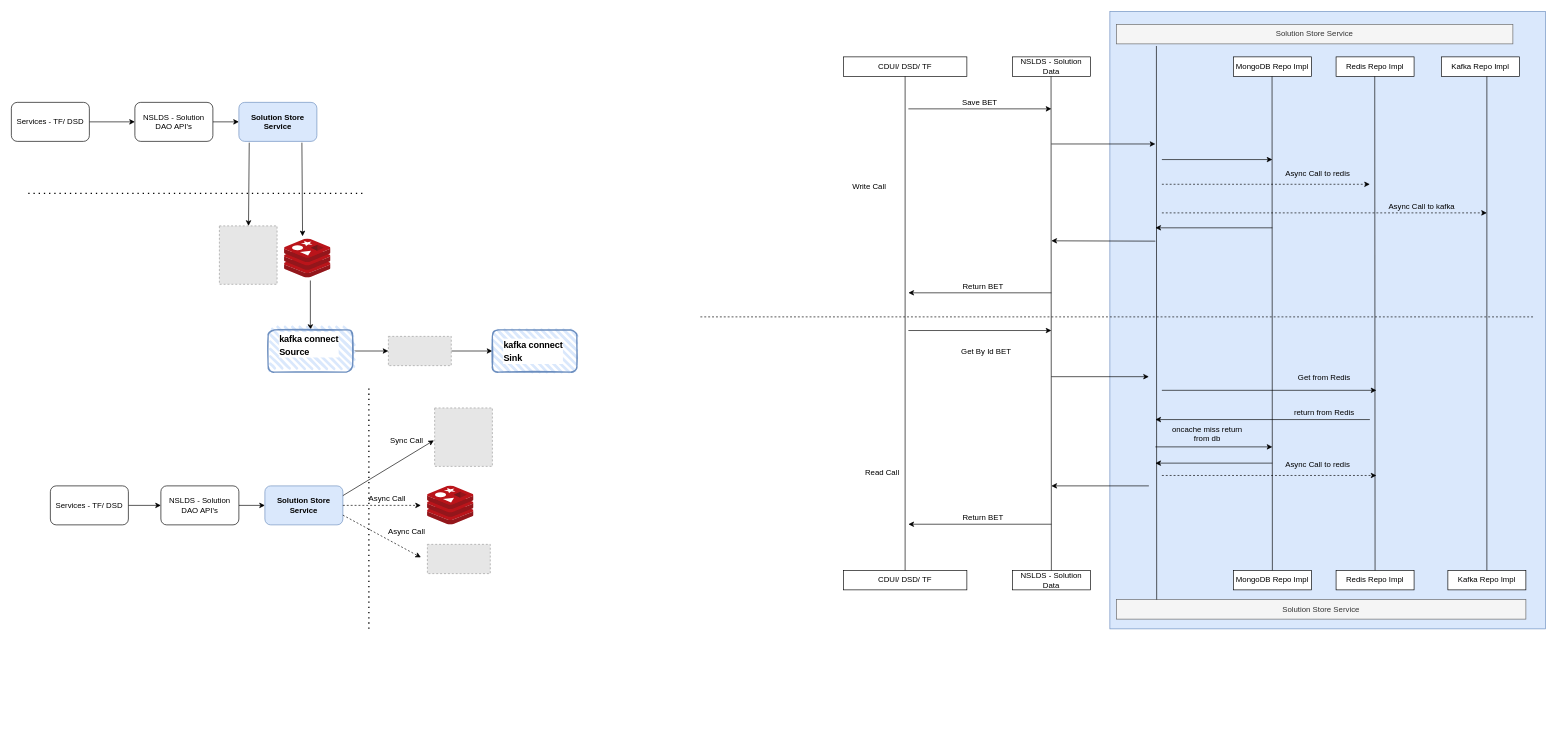
This is polyglot-bet.drawio from bharathbv44/java, a draw.io file, before an edit. Source tidied: cells renumbered, new cells numbered last; positions are measured from the earlier drawing's top-left corner, leaving out a move shared by most shapes. Both pictures are drawn from the tidied source at 65%, with x=0, y=0 at pixel (11, 11). Pictures stored in the file or linked from it are replaced by grey dashed boxes.
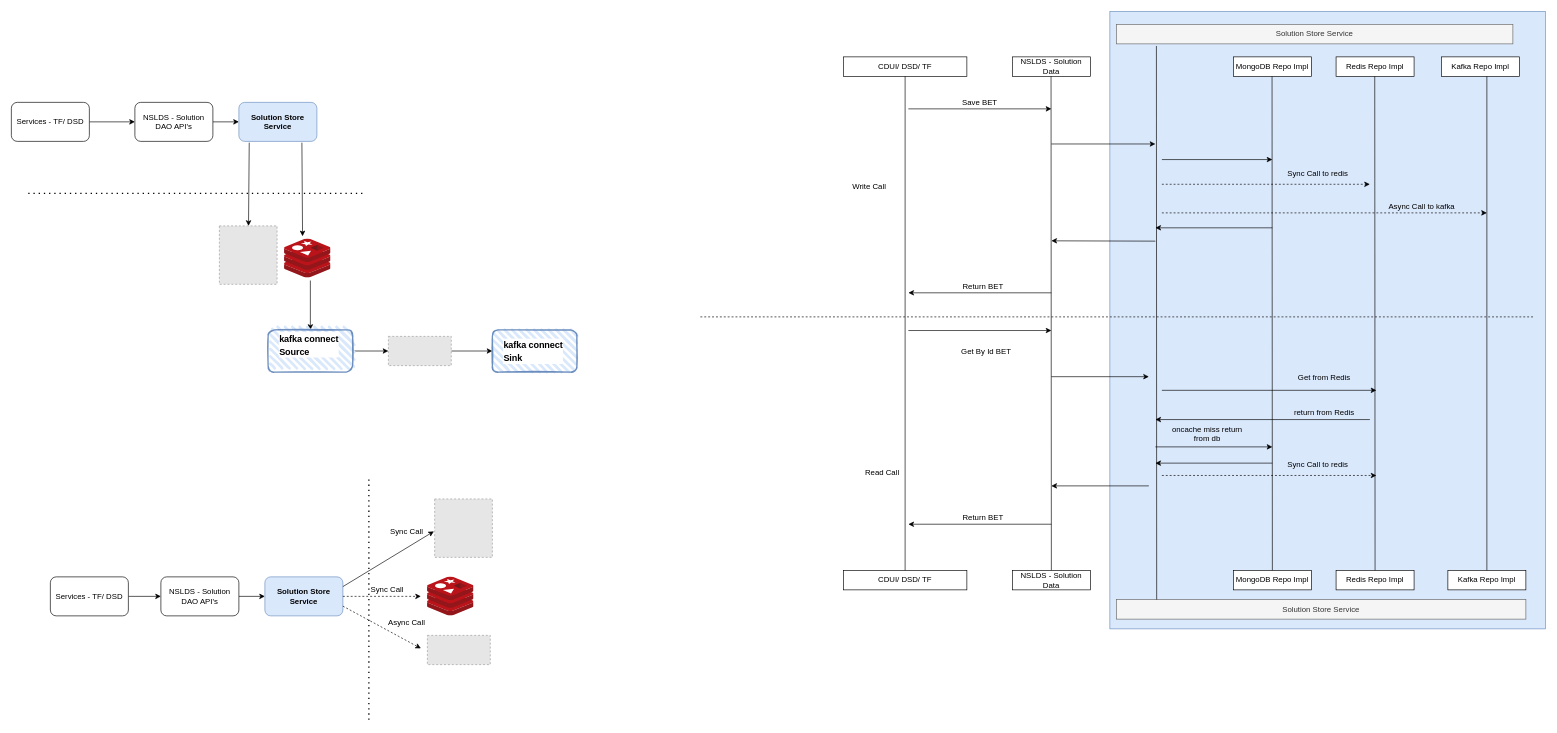
The same diagram, later.

What changed in the source:
```diff
@@
     <mxCell id="22" value="Services - TF/ DSD" style="rounded=1;whiteSpace=wrap;html=1;" parent="1" vertex="1">
-      <mxGeometry x="60" y="730" width="120" height="60" as="geometry" />
+      <mxGeometry x="60" y="870" width="120" height="60" as="geometry" />
     </mxCell>
@@
     <mxCell id="24" value="NSLDS - Solution DAO API's" style="rounded=1;whiteSpace=wrap;html=1;" parent="1" vertex="1">
-      <mxGeometry x="230" y="730" width="120" height="60" as="geometry" />
+      <mxGeometry x="230" y="870" width="120" height="60" as="geometry" />
     </mxCell>
     <mxCell id="25" value="&lt;b&gt;Solution Store Service&lt;/b&gt;" style="rounded=1;whiteSpace=wrap;html=1;fillColor=#dae8fc;strokeColor=#6c8ebf;" parent="1" vertex="1">
-      <mxGeometry x="390" y="730" width="120" height="60" as="geometry" />
+      <mxGeometry x="390" y="870" width="120" height="60" as="geometry" />
     </mxCell>
     <mxCell id="26" style="endArrow=none;dashed=1;html=1;dashPattern=1 3;strokeWidth=2;" parent="1" edge="1">
       <mxGeometry relative="1" as="geometry">
-        <mxPoint x="550" y="950" as="sourcePoint" />
-        <mxPoint x="550" y="580" as="targetPoint" />
+        <mxPoint x="550" y="1090" as="sourcePoint" />
+        <mxPoint x="550" y="720" as="targetPoint" />
       </mxGeometry>
     </mxCell>
     <mxCell id="27" style="fillColor=#E6E6E6;strokeColor=#999999;dashed=1;verticalLabelPosition=bottom;labelBackgroundColor=#ffffff;verticalAlign=top;" parent="1" vertex="1">
-      <mxGeometry x="651.2" y="610.1" width="88.8" height="89.9" as="geometry" />
+      <mxGeometry x="651.2" y="750.1" width="88.8" height="89.9" as="geometry" />
     </mxCell>
     <mxCell id="28" style="html=1;align=center;image;fontSize=12;image=img/lib/mscae/Cache_Redis_Product.svg;" parent="1" vertex="1">
-      <mxGeometry x="640" y="730" width="71.4" height="60" as="geometry" />
+      <mxGeometry x="640" y="870" width="71.4" height="60" as="geometry" />
     </mxCell>
     <mxCell id="29" style="fillColor=#E6E6E6;strokeColor=#999999;dashed=1;verticalLabelPosition=bottom;labelBackgroundColor=#ffffff;verticalAlign=top;" parent="1" vertex="1">
-      <mxGeometry x="640" y="820" width="96.8" height="45" as="geometry" />
+      <mxGeometry x="640" y="960" width="96.8" height="45" as="geometry" />
     </mxCell>
@@
-    <mxCell id="59" value="Async Call to redis" style="text;html=1;strokeColor=none;fillColor=none;align=center;verticalAlign=middle;whiteSpace=wrap;rounded=0;" parent="1" vertex="1">
+    <mxCell id="59" value="Sync Call to redis" style="text;html=1;strokeColor=none;fillColor=none;align=center;verticalAlign=middle;whiteSpace=wrap;rounded=0;" parent="1" vertex="1">
       <mxGeometry x="1950" y="240" width="120" height="20" as="geometry" />
     </mxCell>
@@
-    <mxCell id="72" value="Async Call to redis" style="text;html=1;strokeColor=none;fillColor=none;align=center;verticalAlign=middle;whiteSpace=wrap;rounded=0;" parent="1" vertex="1">
+    <mxCell id="72" value="Sync Call to redis" style="text;html=1;strokeColor=none;fillColor=none;align=center;verticalAlign=middle;whiteSpace=wrap;rounded=0;" parent="1" vertex="1">
       <mxGeometry x="1950" y="688" width="120" height="20" as="geometry" />
     </mxCell>
@@
     <mxCell id="76" style="endArrow=classic;html=1;strokeWidth=1;exitX=1;exitY=0.25;exitDx=0;exitDy=0;" parent="1" edge="1" source="25">
       <mxGeometry relative="1" as="geometry">
-        <mxPoint x="650" y="660" as="targetPoint" />
+        <mxPoint x="650" y="800" as="targetPoint" />
       </mxGeometry>
     </mxCell>
     <mxCell id="77" style="endArrow=classic;html=1;strokeWidth=1;exitX=1;exitY=0.5;exitDx=0;exitDy=0;dashed=1;" parent="1" edge="1" source="25">
       <mxGeometry relative="1" as="geometry">
-        <mxPoint x="630" y="760" as="targetPoint" />
+        <mxPoint x="630" y="900" as="targetPoint" />
       </mxGeometry>
     </mxCell>
     <mxCell id="78" style="endArrow=classic;html=1;dashed=1;strokeWidth=1;exitX=1;exitY=0.75;exitDx=0;exitDy=0;" parent="1" edge="1" source="25">
       <mxGeometry relative="1" as="geometry">
-        <mxPoint x="630" y="840" as="targetPoint" />
+        <mxPoint x="630" y="980" as="targetPoint" />
       </mxGeometry>
     </mxCell>
-    <mxCell id="79" value="Async Call&amp;nbsp;" style="text;html=1;strokeColor=none;fillColor=none;align=center;verticalAlign=middle;whiteSpace=wrap;rounded=0;" parent="1" vertex="1">
-      <mxGeometry x="520" y="740" width="120" height="20" as="geometry" />
+    <mxCell id="79" value="Sync Call&amp;nbsp;" style="text;html=1;strokeColor=none;fillColor=none;align=center;verticalAlign=middle;whiteSpace=wrap;rounded=0;" parent="1" vertex="1">
+      <mxGeometry x="520" y="880" width="120" height="20" as="geometry" />
     </mxCell>
     <mxCell id="80" value="Async Call&amp;nbsp;" style="text;html=1;strokeColor=none;fillColor=none;align=center;verticalAlign=middle;whiteSpace=wrap;rounded=0;" parent="1" vertex="1">
-      <mxGeometry x="560" y="790" width="100" height="20" as="geometry" />
+      <mxGeometry x="560" y="930" width="100" height="20" as="geometry" />
     </mxCell>
     <mxCell id="81" value="Sync Call&amp;nbsp;" style="text;html=1;strokeColor=none;fillColor=none;align=center;verticalAlign=middle;whiteSpace=wrap;rounded=0;" parent="1" vertex="1">
-      <mxGeometry x="550" y="650" width="120" height="20" as="geometry" />
+      <mxGeometry x="550" y="790" width="120" height="20" as="geometry" />
     </mxCell>
```
